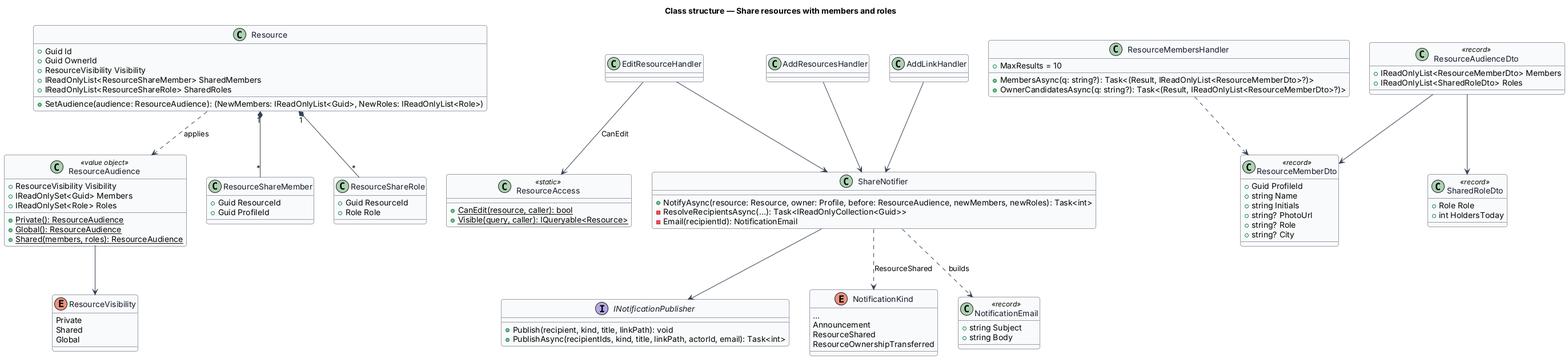
QuinntyneBrown/faithtech-community keeps this PlantUML diagram as docs/detailed-designs/resources/share/diagrams/class-structure.png. Above is the earlier version. Its diagram source:
```plantuml
@startuml
skinparam backgroundColor #FFFFFF
skinparam shadowing false
skinparam roundcorner 8
skinparam defaultFontName Arial
skinparam ArrowColor #344054
skinparam class {
  BorderColor #344054
  FontColor #101828
  BackgroundColor #F9FAFB
}
title Class structure — Share resources with members and roles
enum ResourceVisibility {
  Private
  Shared
  Global
}
class ResourceAudience <<value object>> {
  +ResourceVisibility Visibility
  +IReadOnlySet<Guid> Members
  +IReadOnlySet<Role> Roles
  +{static} Private(): ResourceAudience
  +{static} Global(): ResourceAudience
  +{static} Shared(members, roles): ResourceAudience
}
class Resource {
  +Guid Id
  +Guid OwnerId
  +ResourceVisibility Visibility
  +IReadOnlyList<ResourceShareMember> SharedMembers
  +IReadOnlyList<ResourceShareRole> SharedRoles
  +SetAudience(audience: ResourceAudience): (NewMembers: IReadOnlyList<Guid>, NewRoles: IReadOnlyList<Role>)
}
class ResourceShareMember {
  +Guid ResourceId
  +Guid ProfileId
}
class ResourceShareRole {
  +Guid ResourceId
  +Role Role
}
Resource "1" *-- "*" ResourceShareMember
Resource "1" *-- "*" ResourceShareRole
Resource ..> ResourceAudience : applies
ResourceAudience --> ResourceVisibility

class ShareNotifier {
  +NotifyAsync(resource: Resource, owner: Profile, before: ResourceAudience, newMembers, newRoles): Task<int>
  -ResolveRecipientsAsync(...): Task<IReadOnlyCollection<Guid>>
  -Email(recipientId): NotificationEmail
}
interface INotificationPublisher {
  +Publish(recipient, kind, title, linkPath): void
  +PublishAsync(recipientIds, kind, title, linkPath, actorId, email): Task<int>
}
enum NotificationKind {
  ...
  Announcement
  ResourceShared
  ResourceOwnershipTransferred
}
class NotificationEmail <<record>> {
  +string Subject
  +string Body
}
ShareNotifier --> INotificationPublisher
ShareNotifier ..> NotificationKind : ResourceShared
ShareNotifier ..> NotificationEmail : builds

class ResourceMembersHandler {
  +MaxResults = 10
  +MembersAsync(q: string?): Task<(Result, IReadOnlyList<ResourceMemberDto>?)>
  +OwnerCandidatesAsync(q: string?): Task<(Result, IReadOnlyList<ResourceMemberDto>?)>
}
class ResourceMemberDto <<record>> {
  +Guid ProfileId
  +string Name
  +string Initials
  +string? PhotoUrl
  +string? Role
  +string? City
}
ResourceMembersHandler ..> ResourceMemberDto
class ResourceAudienceDto <<record>> {
  +IReadOnlyList<ResourceMemberDto> Members
  +IReadOnlyList<SharedRoleDto> Roles
}
class SharedRoleDto <<record>> {
  +Role Role
  +int HoldersToday
}
ResourceAudienceDto --> ResourceMemberDto
ResourceAudienceDto --> SharedRoleDto
class ResourceAccess <<static>> {
  +{static} CanEdit(resource, caller): bool
  +{static} Visible(query, caller): IQueryable<Resource>
}
class EditResourceHandler
class AddResourcesHandler
class AddLinkHandler
EditResourceHandler --> ShareNotifier
AddResourcesHandler --> ShareNotifier
AddLinkHandler --> ShareNotifier
EditResourceHandler --> ResourceAccess : CanEdit
@enduml
```
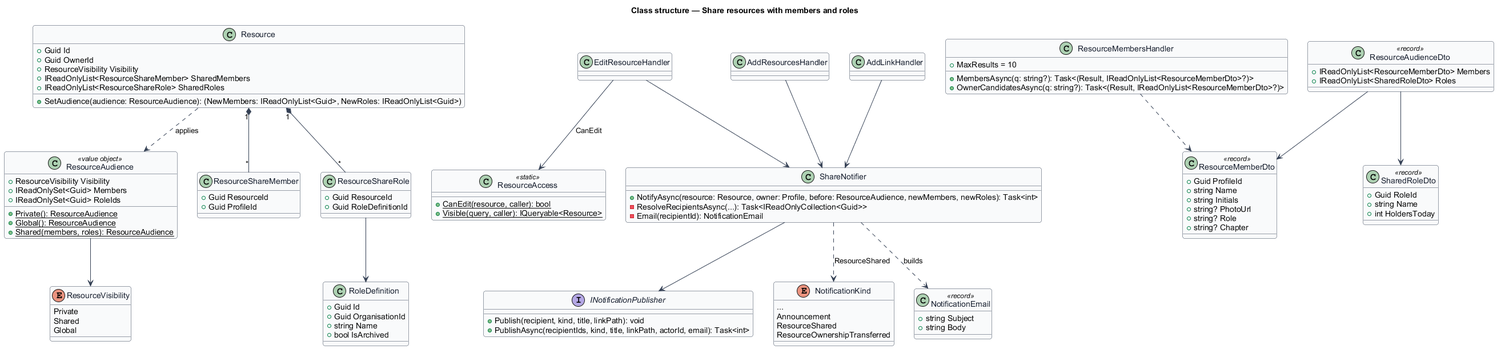
After the change.

What changed in the source:
```diff
@@ -18,7 +18,7 @@
 class ResourceAudience <<value object>> {
   +ResourceVisibility Visibility
   +IReadOnlySet<Guid> Members
-  +IReadOnlySet<Role> Roles
+  +IReadOnlySet<Guid> RoleIds
   +{static} Private(): ResourceAudience
   +{static} Global(): ResourceAudience
   +{static} Shared(members, roles): ResourceAudience
@@ -29,7 +29,7 @@
   +ResourceVisibility Visibility
   +IReadOnlyList<ResourceShareMember> SharedMembers
   +IReadOnlyList<ResourceShareRole> SharedRoles
-  +SetAudience(audience: ResourceAudience): (NewMembers: IReadOnlyList<Guid>, NewRoles: IReadOnlyList<Role>)
+  +SetAudience(audience: ResourceAudience): (NewMembers: IReadOnlyList<Guid>, NewRoles: IReadOnlyList<Guid>)
 }
 class ResourceShareMember {
   +Guid ResourceId
@@ -37,8 +37,15 @@
 }
 class ResourceShareRole {
   +Guid ResourceId
-  +Role Role
+  +Guid RoleDefinitionId
 }
+class RoleDefinition {
+  +Guid Id
+  +Guid OrganisationId
+  +string Name
+  +bool IsArchived
+}
+ResourceShareRole --> RoleDefinition
 Resource "1" *-- "*" ResourceShareMember
 Resource "1" *-- "*" ResourceShareRole
 Resource ..> ResourceAudience : applies
@@ -78,7 +85,7 @@
   +string Initials
   +string? PhotoUrl
   +string? Role
-  +string? City
+  +string? Chapter
 }
 ResourceMembersHandler ..> ResourceMemberDto
 class ResourceAudienceDto <<record>> {
@@ -86,7 +93,8 @@
   +IReadOnlyList<SharedRoleDto> Roles
 }
 class SharedRoleDto <<record>> {
-  +Role Role
+  +Guid RoleId
+  +string Name
   +int HoldersToday
 }
 ResourceAudienceDto --> ResourceMemberDto
```
